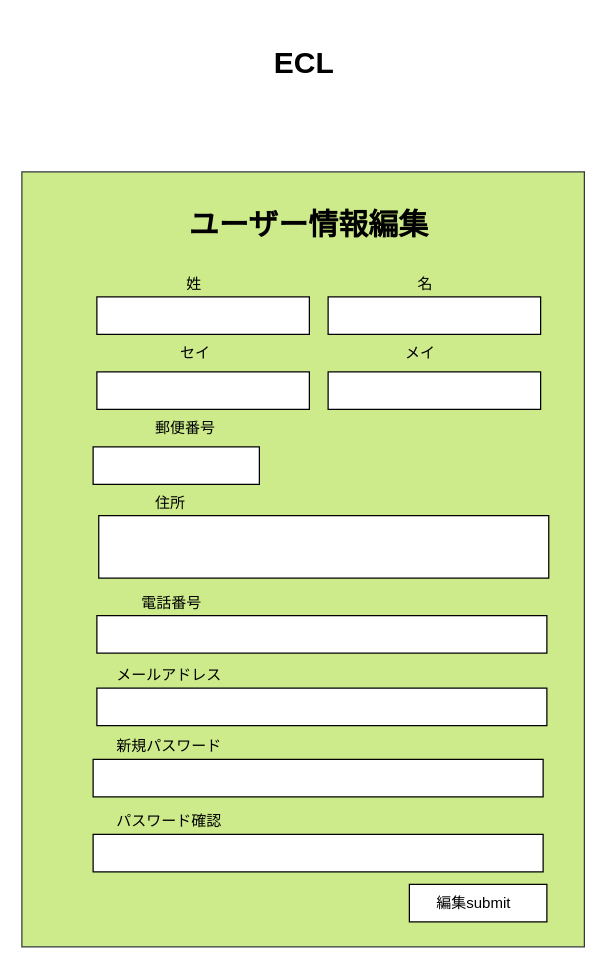
Earlier version of the draw.io diagram ワイヤーフレーム/admin/admin_user_edit.drawio (ecl11/ECL). Source tidied: cells renumbered, new cells numbered last; positions are measured from the earlier drawing's top-left corner, leaving out a move shared by most shapes. Both pictures are drawn from the tidied source at 125%, with x=0, y=0 at pixel (21, 21).
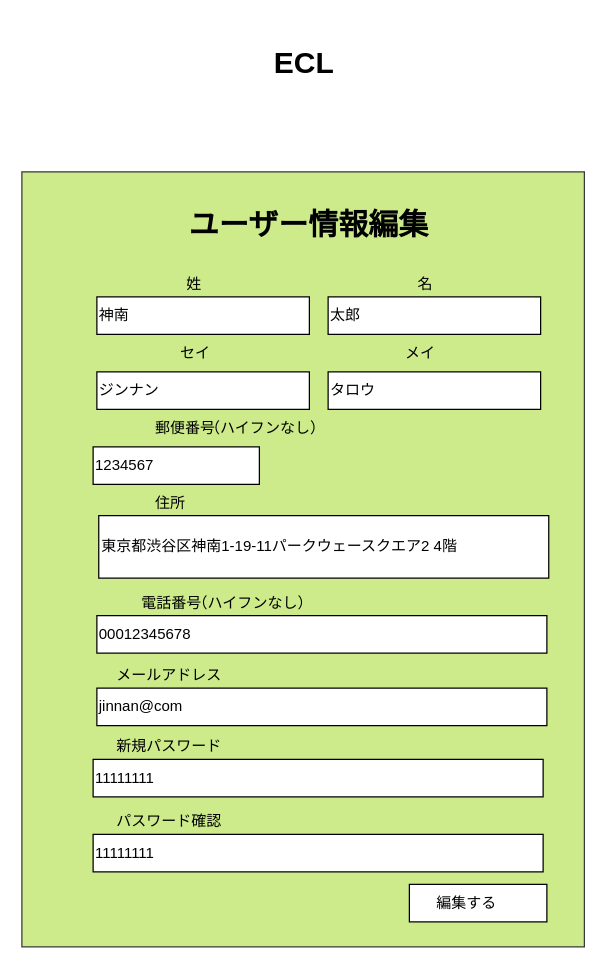
The same diagram, later.

What changed in the source:
```diff
@@
-    <mxCell id="6" style="rounded=0;whiteSpace=wrap;html=1;strokeWidth=1;align=left;" parent="1" vertex="1">
+    <mxCell id="6" value="神南" style="rounded=0;whiteSpace=wrap;html=1;strokeWidth=1;align=left;" parent="1" vertex="1">
       <mxGeometry x="60" y="220" width="170" height="30" as="geometry" />
     </mxCell>
-    <mxCell id="7" style="rounded=0;whiteSpace=wrap;html=1;strokeWidth=1;align=left;" parent="1" vertex="1">
+    <mxCell id="7" value="太郎" style="rounded=0;whiteSpace=wrap;html=1;strokeWidth=1;align=left;" parent="1" vertex="1">
       <mxGeometry x="245" y="220" width="170" height="30" as="geometry" />
     </mxCell>
-    <mxCell id="8" style="rounded=0;whiteSpace=wrap;html=1;strokeWidth=1;align=left;" parent="1" vertex="1">
+    <mxCell id="8" value="ジンナン" style="rounded=0;whiteSpace=wrap;html=1;strokeWidth=1;align=left;" parent="1" vertex="1">
       <mxGeometry x="60" y="280" width="170" height="30" as="geometry" />
     </mxCell>
-    <mxCell id="9" style="rounded=0;whiteSpace=wrap;html=1;strokeWidth=1;align=left;" parent="1" vertex="1">
+    <mxCell id="9" value="タロウ" style="rounded=0;whiteSpace=wrap;html=1;strokeWidth=1;align=left;" parent="1" vertex="1">
       <mxGeometry x="245" y="280" width="170" height="30" as="geometry" />
     </mxCell>
-    <mxCell id="10" style="rounded=0;whiteSpace=wrap;html=1;strokeWidth=1;align=left;" parent="1" vertex="1">
+    <mxCell id="10" value="1234567" style="rounded=0;whiteSpace=wrap;html=1;strokeWidth=1;align=left;" parent="1" vertex="1">
       <mxGeometry x="57" y="340" width="133" height="30" as="geometry" />
     </mxCell>
-    <mxCell id="11" style="rounded=0;whiteSpace=wrap;html=1;strokeWidth=1;align=left;" parent="1" vertex="1">
+    <mxCell id="11" value="&lt;span&gt;東京都渋谷区神南1-19-11&lt;/span&gt;&lt;span&gt;パークウェースクエア2 4階&lt;/span&gt;" style="rounded=0;whiteSpace=wrap;html=1;strokeWidth=1;align=left;" parent="1" vertex="1">
       <mxGeometry x="61.5" y="395" width="360" height="50" as="geometry" />
     </mxCell>
@@
-    <mxCell id="15" style="rounded=0;whiteSpace=wrap;html=1;strokeWidth=1;align=left;" parent="1" vertex="1">
+    <mxCell id="15" value="00012345678" style="rounded=0;whiteSpace=wrap;html=1;strokeWidth=1;align=left;" parent="1" vertex="1">
       <mxGeometry x="60" y="475" width="360" height="30" as="geometry" />
     </mxCell>
-    <mxCell id="16" style="rounded=0;whiteSpace=wrap;html=1;strokeWidth=1;align=left;" parent="1" vertex="1">
+    <mxCell id="16" value="11111111" style="rounded=0;whiteSpace=wrap;html=1;strokeWidth=1;align=left;" parent="1" vertex="1">
       <mxGeometry x="57" y="650" width="360" height="30" as="geometry" />
     </mxCell>
-    <mxCell id="17" style="rounded=0;whiteSpace=wrap;html=1;strokeWidth=1;align=left;" parent="1" vertex="1">
+    <mxCell id="17" value="11111111" style="rounded=0;whiteSpace=wrap;html=1;strokeWidth=1;align=left;" parent="1" vertex="1">
       <mxGeometry x="57" y="590" width="360" height="30" as="geometry" />
     </mxCell>
-    <mxCell id="18" style="rounded=0;whiteSpace=wrap;html=1;strokeWidth=1;align=left;" parent="1" vertex="1">
+    <mxCell id="18" value="jinnan@com" style="rounded=0;whiteSpace=wrap;html=1;strokeWidth=1;align=left;" parent="1" vertex="1">
       <mxGeometry x="60" y="533" width="360" height="30" as="geometry" />
     </mxCell>
@@
-    <mxCell id="29" value="編集submit" style="text;html=1;align=left;verticalAlign=top;spacingTop=-4;" parent="1" vertex="1">
-      <mxGeometry x="330" y="695" width="70" height="20" as="geometry" />
+    <mxCell id="29" value="編集する" style="text;html=1;align=left;verticalAlign=top;spacingTop=-4;" parent="1" vertex="1">
+      <mxGeometry x="330" y="695" width="60" height="20" as="geometry" />
     </mxCell>
+    <mxCell id="30" value="（ハイフンなし）" style="text;html=1;align=left;verticalAlign=top;spacingTop=-4;" parent="1" vertex="1">
+      <mxGeometry x="145" y="315" width="110" height="20" as="geometry" />
+    </mxCell>
+    <mxCell id="31" value="（ハイフンなし）" style="text;html=1;align=left;verticalAlign=top;spacingTop=-4;" parent="1" vertex="1">
+      <mxGeometry x="135" y="455" width="110" height="20" as="geometry" />
+    </mxCell>
```
